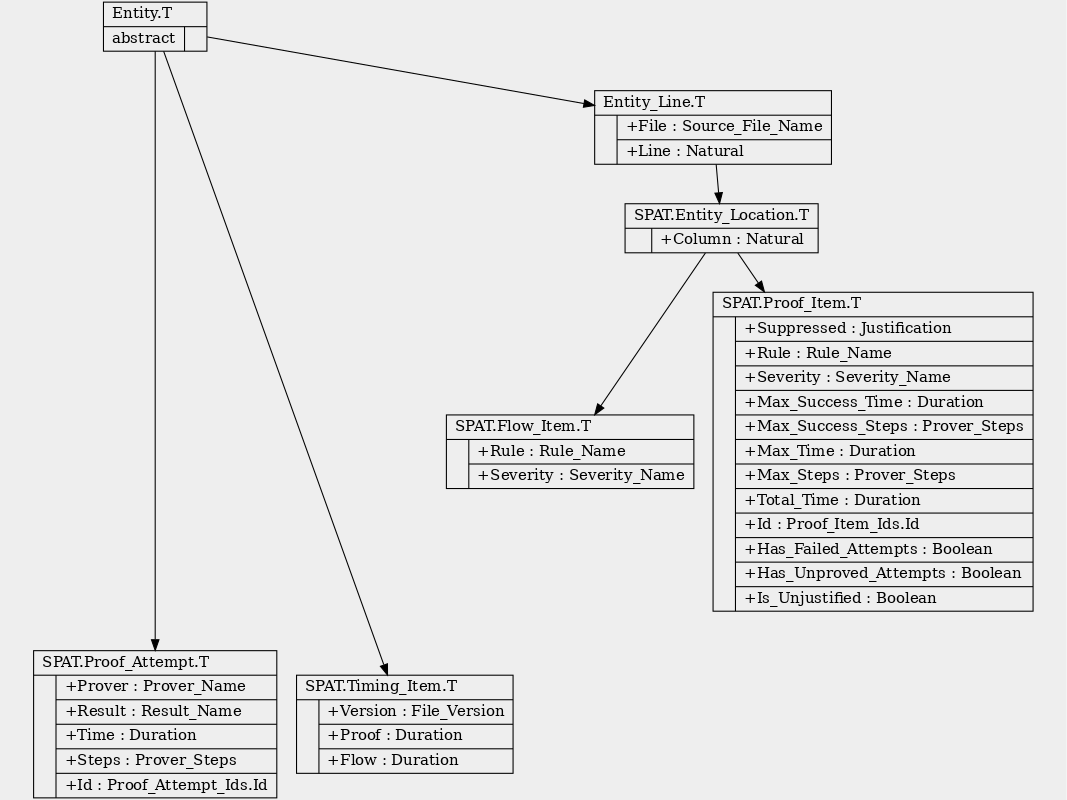
HeisenbugLtd/spat keeps this Graphviz diagram as doc/inheritance-tree.png. Above is the earlier version. Its source is kept beside it as doc/inheritance-tree.dot.
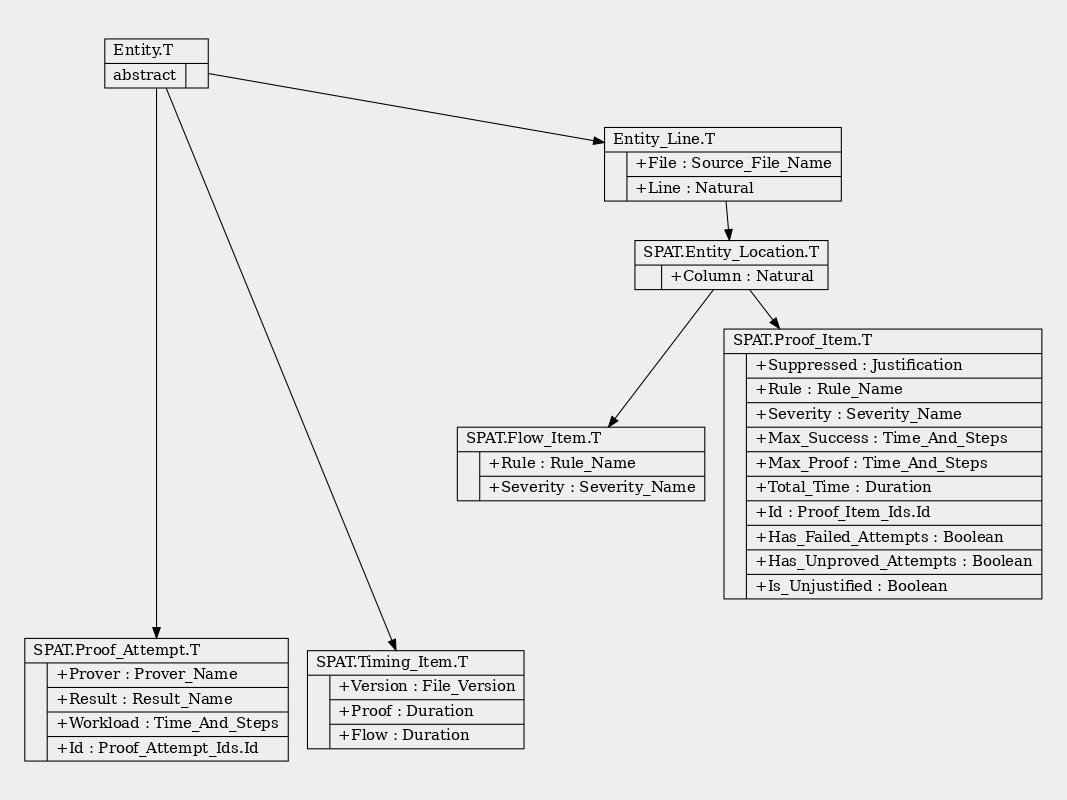
The same diagram one commit later.

Commit message:
Updated inheritance tree documentation.

Diff of the diagram source:
```diff
@@ -10,8 +10,8 @@
   "SPAT.Entity_Line.T"     [label="{Entity_Line.T\l|{|{+File : Source_File_Name\l|+Line : Natural\l}}}"];
   "SPAT.Entity_Location.T" [label="{SPAT.Entity_Location.T\l|{|{+Column : Natural\l}}}"];
   "SPAT.Flow_Item.T"       [label="{SPAT.Flow_Item.T\l|{|{+Rule : Rule_Name\l|+Severity : Severity_Name\l}}}"];
-  "SPAT.Proof_Item.T"      [label="{SPAT.Proof_Item.T\l|{|{+Suppressed : Justification\l|+Rule : Rule_Name\l|+Severity : Severity_Name\l|+Max_Success_Time : Duration\l|+Max_Success_Steps : Prover_Steps\l|+Max_Time : Duration\l|+Max_Steps : Prover_Steps\l|+Total_Time : Duration\l|+Id : Proof_Item_Ids.Id\l|+Has_Failed_Attempts : Boolean\l|+Has_Unproved_Attempts : Boolean\l|+Is_Unjustified : Boolean\l}}}"];
-  "SPAT.Proof_Attempt.T"   [label="{SPAT.Proof_Attempt.T\l|{|{+Prover : Prover_Name\l|+Result : Result_Name\l|+Time : Duration\l|+Steps : Prover_Steps\l|+Id : Proof_Attempt_Ids.Id}}}"];
+  "SPAT.Proof_Item.T"      [label="{SPAT.Proof_Item.T\l|{|{+Suppressed : Justification\l|+Rule : Rule_Name\l|+Severity : Severity_Name\l|+Max_Success : Time_And_Steps\l|+Max_Proof : Time_And_Steps\l|+Total_Time : Duration\l|+Id : Proof_Item_Ids.Id\l|+Has_Failed_Attempts : Boolean\l|+Has_Unproved_Attempts : Boolean\l|+Is_Unjustified : Boolean\l}}}"];
+  "SPAT.Proof_Attempt.T"   [label="{SPAT.Proof_Attempt.T\l|{|{+Prover : Prover_Name\l|+Result : Result_Name\l|+Workload : Time_And_Steps\l|+Id : Proof_Attempt_Ids.Id\l}}}"];
   "SPAT.Timing_Item.T"     [label="{SPAT.Timing_Item.T\l|{|{+Version : File_Version\l|+Proof : Duration\l|+Flow : Duration\l}}}"];
 
   "dummy" [style="invis"];
```
